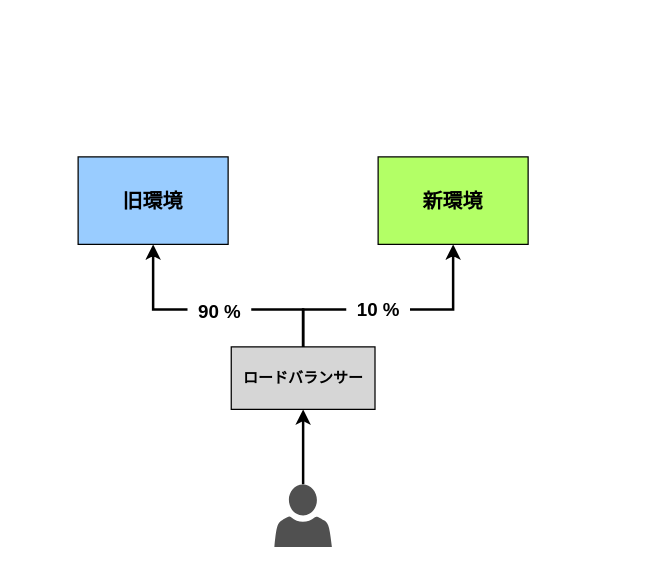
This is page "canary-release_2" (2 of 12) of images/drawio/istio/upgrade_istio.drawio from hiroki-it/tech-notebook_old, a draw.io file, before an edit. Source tidied: cells renumbered, new cells numbered last; positions are measured from the earlier drawing's top-left corner, leaving out a move shared by most shapes. Both pictures are drawn from the tidied source at 125%, with x=0, y=0 at pixel (21, 21).
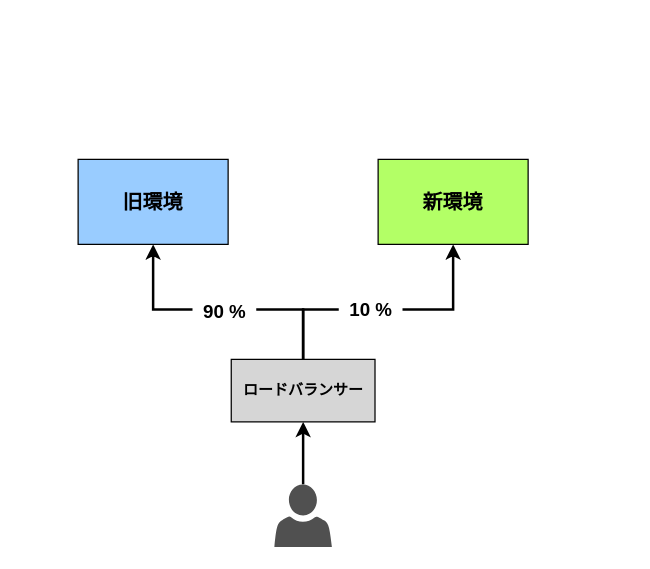
Above is the later version.

The edit, as a diff of the source:
```diff
@@
 <mxGraphModel>
   <root>
     <mxCell id="0" />
     <mxCell id="1" parent="0" />
-    <mxCell id="2" value="&lt;b&gt;ロードバランサー&lt;/b&gt;" style="rounded=0;whiteSpace=wrap;html=1;fillColor=#D6D6D6;gradientColor=none;" parent="1" vertex="1">
-      <mxGeometry x="167.5" y="260" width="115" height="50" as="geometry" />
+    <mxCell id="2" value="&lt;b&gt;ロードバランサー&lt;br&gt;&lt;/b&gt;" style="rounded=0;whiteSpace=wrap;html=1;fillColor=#D6D6D6;gradientColor=none;" parent="1" vertex="1">
+      <mxGeometry x="167.5" y="270" width="115" height="50" as="geometry" />
     </mxCell>
-    <mxCell id="3" style="group;fillColor=none;" parent="1" vertex="1">
-      <mxGeometry width="216.1" height="90" as="geometry" />
-    </mxCell>
-    <mxCell id="4" value="&lt;span style=&quot;font-size: 16px;&quot;&gt;&lt;b&gt;旧環境&lt;/b&gt;&lt;/span&gt;" style="text;html=1;strokeColor=default;fillColor=#99CCFF;align=center;verticalAlign=middle;whiteSpace=wrap;rounded=0;" parent="3" vertex="1">
-      <mxGeometry x="45" y="108" width="120" height="70" as="geometry" />
-    </mxCell>
-    <mxCell id="5" style="group;" parent="1" vertex="1">
-      <mxGeometry x="275" y="88" width="210.1" height="90" as="geometry" />
-    </mxCell>
+    <mxCell id="13" style="group;" parent="1" vertex="1">
+      <mxGeometry x="285" y="110" width="120" height="68" as="geometry" />
+    </mxCell>
-    <mxCell id="6" value="&lt;span style=&quot;font-size: 16px;&quot;&gt;&lt;b&gt;新環境&lt;/b&gt;&lt;/span&gt;" style="text;html=1;strokeColor=default;fillColor=#B3FF66;align=center;verticalAlign=middle;whiteSpace=wrap;rounded=0;" parent="5" vertex="1">
-      <mxGeometry x="10" y="20" width="120" height="70" as="geometry" />
+    <mxCell id="6" value="&lt;span style=&quot;font-size: 16px;&quot;&gt;&lt;b&gt;新環境&lt;/b&gt;&lt;/span&gt;" style="text;html=1;strokeColor=default;fillColor=#B3FF66;align=center;verticalAlign=middle;whiteSpace=wrap;rounded=0;" parent="13" vertex="1">
+      <mxGeometry width="120" height="68" as="geometry" />
     </mxCell>
     <mxCell id="7" style="edgeStyle=orthogonalEdgeStyle;rounded=0;jettySize=auto;html=1;strokeWidth=2;entryX=0.5;entryY=1;entryDx=0;entryDy=0;" parent="1" edge="1" source="9" target="2">
       <mxGeometry relative="1" as="geometry" />
     </mxCell>
     <mxCell id="8" value="&lt;b&gt;&lt;font style=&quot;font-size: 15px;&quot;&gt;&amp;nbsp; 10 %&amp;nbsp;&amp;nbsp;&lt;/font&gt;&lt;/b&gt;" style="edgeStyle=orthogonalEdgeStyle;rounded=0;jettySize=auto;html=1;entryX=0.5;entryY=1;entryDx=0;entryDy=0;strokeWidth=2;exitX=0.5;exitY=0;exitDx=0;exitDy=0;" parent="1" edge="1" source="2" target="6">
       <mxGeometry x="-0.11" relative="1" as="geometry">
         <Array as="points">
           <mxPoint x="225" y="230" />
           <mxPoint x="345" y="230" />
         </Array>
       </mxGeometry>
     </mxCell>
     <mxCell id="9" style="sketch=0;shadow=0;dashed=0;html=1;strokeColor=none;fillColor=#505050;labelPosition=center;verticalLabelPosition=bottom;verticalAlign=top;outlineConnect=0;align=center;shape=mxgraph.office.users.user;rounded=0;glass=0;labelBackgroundColor=none;strokeWidth=2;" parent="1" vertex="1">
       <mxGeometry x="202" y="370" width="46" height="50" as="geometry" />
     </mxCell>
-    <mxCell id="10" style="edgeStyle=orthogonalEdgeStyle;rounded=0;jettySize=auto;html=1;strokeWidth=2;exitX=0.5;exitY=0;exitDx=0;exitDy=0;entryX=0.5;entryY=1;entryDx=0;entryDy=0;" parent="1" edge="1" source="2" target="4">
-      <mxGeometry relative="1" as="geometry">
-        <Array as="points">
-          <mxPoint x="225" y="230" />
-          <mxPoint x="105" y="230" />
-        </Array>
-      </mxGeometry>
-    </mxCell>
+    <mxCell id="14" style="edgeStyle=orthogonalEdgeStyle;rounded=0;jettySize=auto;html=1;strokeWidth=2;exitX=0.5;exitY=0;exitDx=0;exitDy=0;entryX=0.5;entryY=1;entryDx=0;entryDy=0;" parent="1" edge="1" source="2">
+      <mxGeometry relative="1" as="geometry">
+        <mxPoint x="105" y="178" as="targetPoint" />
+        <Array as="points">
+          <mxPoint x="225" y="230" />
+          <mxPoint x="105" y="230" />
+        </Array>
+      </mxGeometry>
+    </mxCell>
-    <mxCell id="11" value="&lt;font style=&quot;font-size: 15px;&quot;&gt;&amp;nbsp; 90 %&amp;nbsp;&amp;nbsp;&lt;/font&gt;" style="edgeLabel;html=1;align=center;verticalAlign=middle;fontSize=14;fontStyle=1;" parent="10" vertex="1">
+    <mxCell id="11" value="&lt;font style=&quot;font-size: 15px;&quot;&gt;&amp;nbsp; 90 %&amp;nbsp;&amp;nbsp;&lt;/font&gt;" style="edgeLabel;html=1;align=center;verticalAlign=middle;fontSize=14;fontStyle=1;" parent="14" vertex="1">
       <mxGeometry x="0.13" y="1" relative="1" as="geometry">
         <mxPoint x="16" y="-1" as="offset" />
       </mxGeometry>
     </mxCell>
-    <mxCell id="12" style="edgeStyle=none;rounded=0;jumpStyle=none;orthogonalLoop=1;jettySize=auto;html=1;shadow=0;dashed=1;dashPattern=1 2;strokeColor=#66B2FF;strokeWidth=3;startArrow=none;startFill=0;endArrow=none;endFill=0;entryX=0.5;entryY=1;entryDx=0;entryDy=0;" parent="1" edge="1">
-      <mxGeometry relative="1" as="geometry">
-        <mxPoint x="225.1" y="396" as="sourcePoint" />
-        <mxPoint x="225.1" y="396" as="targetPoint" />
-      </mxGeometry>
-    </mxCell>
+    <mxCell id="15" style="edgeStyle=none;rounded=0;jumpStyle=none;orthogonalLoop=1;jettySize=auto;html=1;shadow=0;dashed=1;dashPattern=1 2;strokeColor=#66B2FF;strokeWidth=3;startArrow=none;startFill=0;endArrow=none;endFill=0;entryX=0.5;entryY=1;entryDx=0;entryDy=0;" parent="1" edge="1">
+      <mxGeometry relative="1" as="geometry">
+        <mxPoint x="225.1" y="396" as="sourcePoint" />
+        <mxPoint x="225.1" y="396" as="targetPoint" />
+      </mxGeometry>
+    </mxCell>
+    <mxCell id="16" style="group;fillColor=none;" parent="1" vertex="1">
+      <mxGeometry x="45" y="110" width="120" height="68" as="geometry" />
+    </mxCell>
+    <mxCell id="4" value="&lt;span style=&quot;font-size: 16px;&quot;&gt;&lt;b&gt;旧環境&lt;/b&gt;&lt;/span&gt;" style="text;html=1;strokeColor=default;fillColor=#99CCFF;align=center;verticalAlign=middle;whiteSpace=wrap;rounded=0;" parent="16" vertex="1">
+      <mxGeometry width="120" height="68" as="geometry" />
+    </mxCell>
   </root>
 </mxGraphModel>
```
